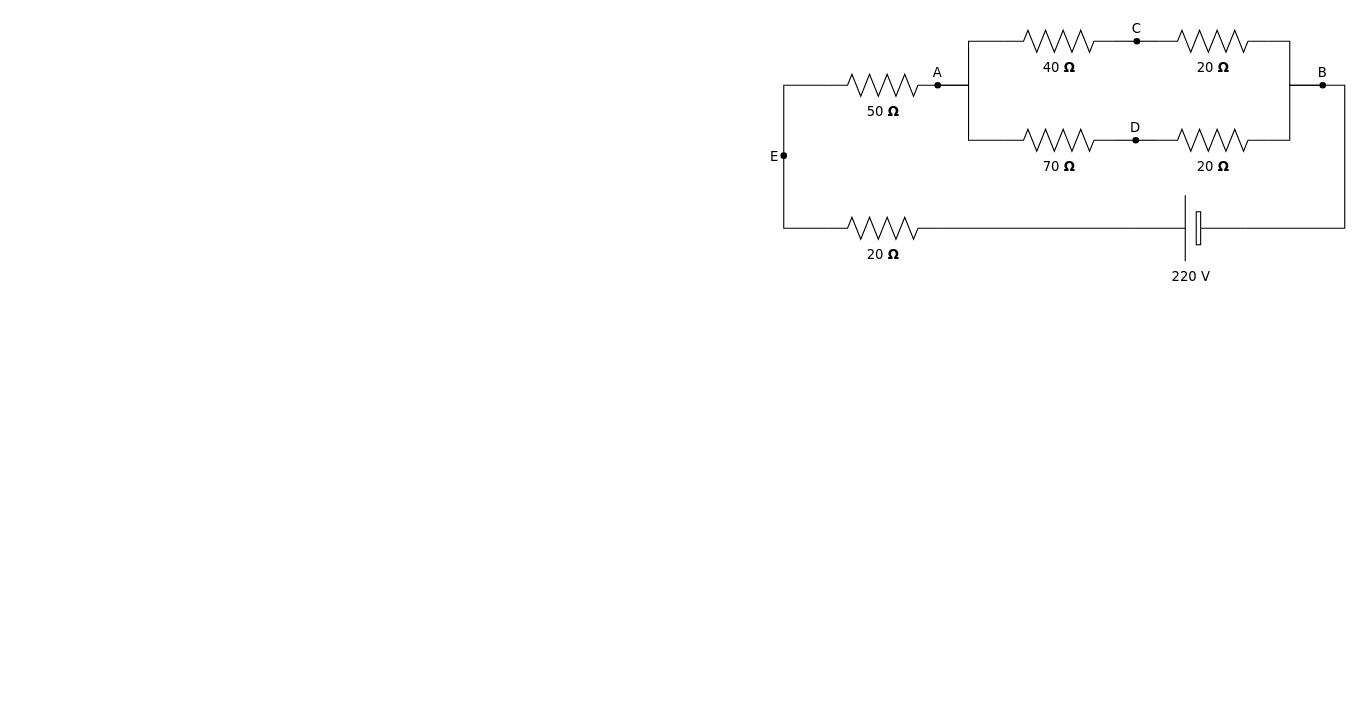
Earlier version of the draw.io diagram Diagrams/ESP32-Solenoid-Valve.drawio (GabeWilmoth/home-automation). Source tidied: cells renumbered, new cells numbered last; positions are measured from the earlier drawing's top-left corner, leaving out a move shared by most shapes. Both pictures are drawn from the tidied source at 110%, with x=0, y=0 at pixel (761, 19).
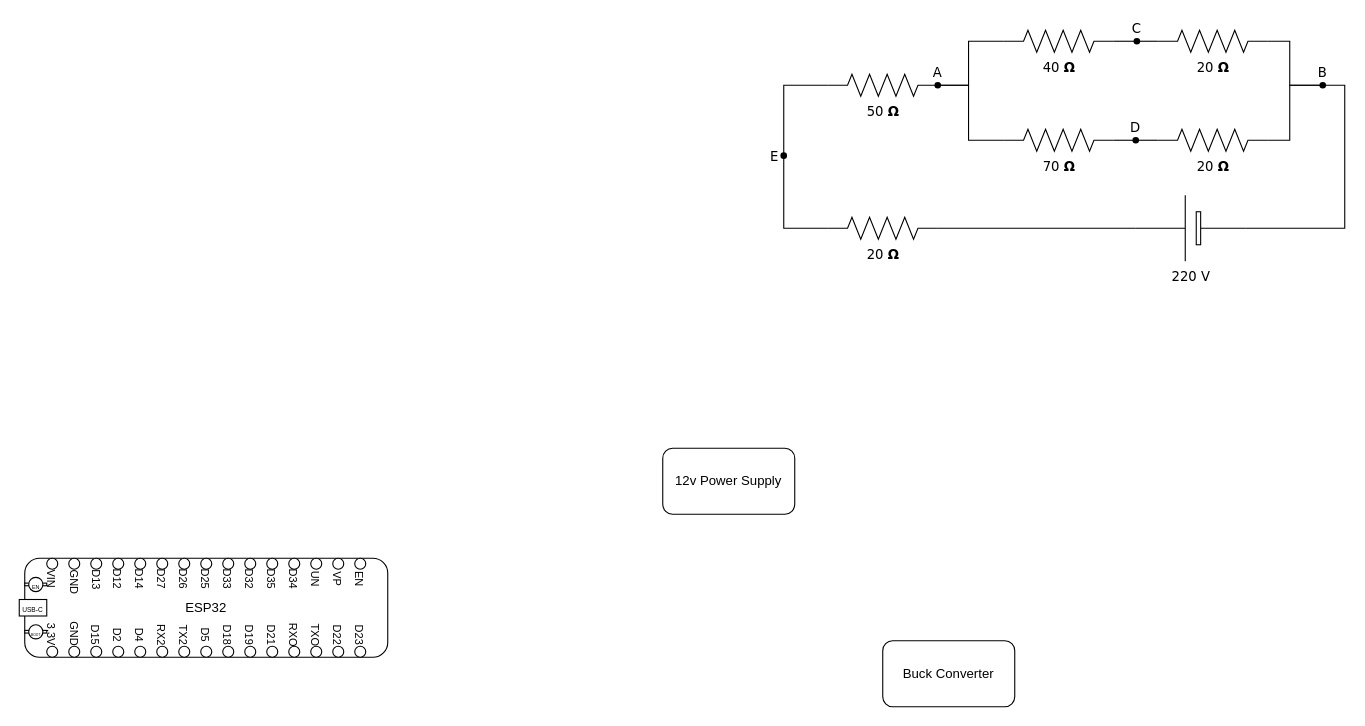
Above is the later version.

Diff of the diagram source:
```diff
@@
+    <mxCell id="26" value="12v Power Supply" style="rounded=1;whiteSpace=wrap;html=1;" parent="1" vertex="1">
+      <mxGeometry x="-90" y="390" width="120" height="60" as="geometry" />
+    </mxCell>
+    <mxCell id="27" value="Buck Converter" style="rounded=1;whiteSpace=wrap;html=1;" parent="1" vertex="1">
+      <mxGeometry x="110" y="565" width="120" height="60" as="geometry" />
+    </mxCell>
+    <mxCell id="28" value="ESP32" style="rounded=1;whiteSpace=wrap;html=1;" parent="1" vertex="1">
+      <mxGeometry x="-670" y="490" width="330" height="90" as="geometry" />
+    </mxCell>
+    <mxCell id="29" style="ellipse;whiteSpace=wrap;html=1;" parent="1" vertex="1">
+      <mxGeometry x="-650" y="490" width="10" height="10" as="geometry" />
+    </mxCell>
+    <mxCell id="30" style="ellipse;whiteSpace=wrap;html=1;" parent="1" vertex="1">
+      <mxGeometry x="-630" y="490" width="10" height="10" as="geometry" />
+    </mxCell>
+    <mxCell id="31" style="ellipse;whiteSpace=wrap;html=1;" parent="1" vertex="1">
+      <mxGeometry x="-550" y="490" width="10" height="10" as="geometry" />
+    </mxCell>
+    <mxCell id="32" style="ellipse;whiteSpace=wrap;html=1;" parent="1" vertex="1">
+      <mxGeometry x="-590" y="490" width="10" height="10" as="geometry" />
+    </mxCell>
+    <mxCell id="33" style="ellipse;whiteSpace=wrap;html=1;" parent="1" vertex="1">
+      <mxGeometry x="-530" y="490" width="10" height="10" as="geometry" />
+    </mxCell>
+    <mxCell id="34" style="ellipse;whiteSpace=wrap;html=1;" parent="1" vertex="1">
+      <mxGeometry x="-470" y="490" width="10" height="10" as="geometry" />
+    </mxCell>
+    <mxCell id="35" style="ellipse;whiteSpace=wrap;html=1;" parent="1" vertex="1">
+      <mxGeometry x="-370" y="490" width="10" height="10" as="geometry" />
+    </mxCell>
+    <mxCell id="36" style="ellipse;whiteSpace=wrap;html=1;" parent="1" vertex="1">
+      <mxGeometry x="-390" y="490" width="10" height="10" as="geometry" />
+    </mxCell>
+    <mxCell id="37" style="ellipse;whiteSpace=wrap;html=1;" parent="1" vertex="1">
+      <mxGeometry x="-430" y="490" width="10" height="10" as="geometry" />
+    </mxCell>
+    <mxCell id="38" style="ellipse;whiteSpace=wrap;html=1;" parent="1" vertex="1">
+      <mxGeometry x="-450" y="490" width="10" height="10" as="geometry" />
+    </mxCell>
+    <mxCell id="39" style="ellipse;whiteSpace=wrap;html=1;" parent="1" vertex="1">
+      <mxGeometry x="-410" y="490" width="10" height="10" as="geometry" />
+    </mxCell>
+    <mxCell id="40" style="ellipse;whiteSpace=wrap;html=1;" parent="1" vertex="1">
+      <mxGeometry x="-510" y="490" width="10" height="10" as="geometry" />
+    </mxCell>
+    <mxCell id="41" style="ellipse;whiteSpace=wrap;html=1;" parent="1" vertex="1">
+      <mxGeometry x="-610" y="490" width="10" height="10" as="geometry" />
+    </mxCell>
+    <mxCell id="42" style="ellipse;whiteSpace=wrap;html=1;" parent="1" vertex="1">
+      <mxGeometry x="-490" y="490" width="10" height="10" as="geometry" />
+    </mxCell>
+    <mxCell id="43" style="ellipse;whiteSpace=wrap;html=1;" parent="1" vertex="1">
+      <mxGeometry x="-570" y="490" width="10" height="10" as="geometry" />
+    </mxCell>
+    <mxCell id="44" style="ellipse;whiteSpace=wrap;html=1;" parent="1" vertex="1">
+      <mxGeometry x="-650" y="570" width="10" height="10" as="geometry" />
+    </mxCell>
+    <mxCell id="45" style="ellipse;whiteSpace=wrap;html=1;" parent="1" vertex="1">
+      <mxGeometry x="-630" y="570" width="10" height="10" as="geometry" />
+    </mxCell>
+    <mxCell id="46" style="ellipse;whiteSpace=wrap;html=1;" parent="1" vertex="1">
+      <mxGeometry x="-550" y="570" width="10" height="10" as="geometry" />
+    </mxCell>
+    <mxCell id="47" style="ellipse;whiteSpace=wrap;html=1;" parent="1" vertex="1">
+      <mxGeometry x="-590" y="570" width="10" height="10" as="geometry" />
+    </mxCell>
+    <mxCell id="48" style="ellipse;whiteSpace=wrap;html=1;" parent="1" vertex="1">
+      <mxGeometry x="-530" y="570" width="10" height="10" as="geometry" />
+    </mxCell>
+    <mxCell id="49" style="ellipse;whiteSpace=wrap;html=1;" parent="1" vertex="1">
+      <mxGeometry x="-470" y="570" width="10" height="10" as="geometry" />
+    </mxCell>
+    <mxCell id="50" style="ellipse;whiteSpace=wrap;html=1;" parent="1" vertex="1">
+      <mxGeometry x="-370" y="570" width="10" height="10" as="geometry" />
+    </mxCell>
+    <mxCell id="51" style="ellipse;whiteSpace=wrap;html=1;" parent="1" vertex="1">
+      <mxGeometry x="-390" y="570" width="10" height="10" as="geometry" />
+    </mxCell>
+    <mxCell id="52" style="ellipse;whiteSpace=wrap;html=1;" parent="1" vertex="1">
+      <mxGeometry x="-430" y="570" width="10" height="10" as="geometry" />
+    </mxCell>
+    <mxCell id="53" style="ellipse;whiteSpace=wrap;html=1;" parent="1" vertex="1">
+      <mxGeometry x="-450" y="570" width="10" height="10" as="geometry" />
+    </mxCell>
+    <mxCell id="54" style="ellipse;whiteSpace=wrap;html=1;" parent="1" vertex="1">
+      <mxGeometry x="-410" y="570" width="10" height="10" as="geometry" />
+    </mxCell>
+    <mxCell id="55" style="ellipse;whiteSpace=wrap;html=1;" parent="1" vertex="1">
+      <mxGeometry x="-510" y="570" width="10" height="10" as="geometry" />
+    </mxCell>
+    <mxCell id="56" style="ellipse;whiteSpace=wrap;html=1;" parent="1" vertex="1">
+      <mxGeometry x="-610" y="570" width="10" height="10" as="geometry" />
+    </mxCell>
+    <mxCell id="57" style="ellipse;whiteSpace=wrap;html=1;" parent="1" vertex="1">
+      <mxGeometry x="-490" y="570" width="10" height="10" as="geometry" />
+    </mxCell>
+    <mxCell id="58" style="ellipse;whiteSpace=wrap;html=1;" parent="1" vertex="1">
+      <mxGeometry x="-570" y="570" width="10" height="10" as="geometry" />
+    </mxCell>
+    <mxCell id="59" value="&lt;font style=&quot;font-size: 10px;&quot;&gt;VIN&lt;/font&gt;" style="text;html=1;align=center;verticalAlign=middle;whiteSpace=wrap;rounded=0;rotation=90;" parent="1" vertex="1">
+      <mxGeometry x="-653.1" y="504" width="16.2" height="10" as="geometry" />
+    </mxCell>
+    <mxCell id="60" value="&lt;font style=&quot;font-size: 10px;&quot;&gt;GND&lt;/font&gt;" style="text;html=1;align=center;verticalAlign=middle;whiteSpace=wrap;rounded=0;rotation=90;" parent="1" vertex="1">
+      <mxGeometry x="-636.6" y="507.4" width="23.1" height="10" as="geometry" />
+    </mxCell>
+    <mxCell id="61" value="&lt;font style=&quot;font-size: 10px;&quot;&gt;D13&lt;/font&gt;" style="text;html=1;align=center;verticalAlign=middle;whiteSpace=wrap;rounded=0;rotation=90;" parent="1" vertex="1">
+      <mxGeometry x="-613.3" y="504.2" width="16.6" height="10" as="geometry" />
+    </mxCell>
+    <mxCell id="62" value="&lt;font style=&quot;font-size: 10px;&quot;&gt;D12&lt;/font&gt;" style="text;html=1;align=center;verticalAlign=middle;whiteSpace=wrap;rounded=0;rotation=90;" parent="1" vertex="1">
+      <mxGeometry x="-593.1" y="504" width="16.2" height="10" as="geometry" />
+    </mxCell>
+    <mxCell id="63" value="&lt;font style=&quot;font-size: 10px;&quot;&gt;D14&lt;/font&gt;" style="text;html=1;align=center;verticalAlign=middle;whiteSpace=wrap;rounded=0;rotation=90;" parent="1" vertex="1">
+      <mxGeometry x="-573.1" y="504" width="16.2" height="10" as="geometry" />
+    </mxCell>
+    <mxCell id="64" value="&lt;font style=&quot;font-size: 10px;&quot;&gt;D27&lt;/font&gt;" style="text;html=1;align=center;verticalAlign=middle;whiteSpace=wrap;rounded=0;rotation=90;" parent="1" vertex="1">
+      <mxGeometry x="-553.1" y="504" width="16.2" height="10" as="geometry" />
+    </mxCell>
+    <mxCell id="65" value="&lt;font style=&quot;font-size: 10px;&quot;&gt;D26&lt;/font&gt;" style="text;html=1;align=center;verticalAlign=middle;whiteSpace=wrap;rounded=0;rotation=90;" parent="1" vertex="1">
+      <mxGeometry x="-533.1" y="504" width="16.2" height="10" as="geometry" />
+    </mxCell>
+    <mxCell id="66" value="&lt;font style=&quot;font-size: 10px;&quot;&gt;D25&lt;/font&gt;" style="text;html=1;align=center;verticalAlign=middle;whiteSpace=wrap;rounded=0;rotation=90;" parent="1" vertex="1">
+      <mxGeometry x="-513.1" y="504" width="16.2" height="10" as="geometry" />
+    </mxCell>
+    <mxCell id="67" value="&lt;font style=&quot;font-size: 10px;&quot;&gt;D33&lt;/font&gt;" style="text;html=1;align=center;verticalAlign=middle;whiteSpace=wrap;rounded=0;rotation=90;" parent="1" vertex="1">
+      <mxGeometry x="-493.1" y="504" width="16.2" height="10" as="geometry" />
+    </mxCell>
+    <mxCell id="68" value="&lt;font style=&quot;font-size: 10px;&quot;&gt;D32&lt;/font&gt;" style="text;html=1;align=center;verticalAlign=middle;whiteSpace=wrap;rounded=0;rotation=90;" parent="1" vertex="1">
+      <mxGeometry x="-473.1" y="504" width="16.2" height="10" as="geometry" />
+    </mxCell>
+    <mxCell id="69" value="&lt;font style=&quot;font-size: 10px;&quot;&gt;D35&lt;/font&gt;" style="text;html=1;align=center;verticalAlign=middle;whiteSpace=wrap;rounded=0;rotation=90;" parent="1" vertex="1">
+      <mxGeometry x="-453.1" y="504" width="16.2" height="10" as="geometry" />
+    </mxCell>
+    <mxCell id="70" value="&lt;font style=&quot;font-size: 10px;&quot;&gt;D34&lt;/font&gt;" style="text;html=1;align=center;verticalAlign=middle;whiteSpace=wrap;rounded=0;rotation=90;" parent="1" vertex="1">
+      <mxGeometry x="-433.1" y="504" width="16.2" height="10" as="geometry" />
+    </mxCell>
+    <mxCell id="71" value="&lt;font style=&quot;font-size: 10px;&quot;&gt;UN&lt;/font&gt;" style="text;html=1;align=center;verticalAlign=middle;whiteSpace=wrap;rounded=0;rotation=90;" parent="1" vertex="1">
+      <mxGeometry x="-413.1" y="504" width="16.2" height="10" as="geometry" />
+    </mxCell>
+    <mxCell id="72" value="&lt;font style=&quot;font-size: 10px;&quot;&gt;VP&lt;/font&gt;" style="text;html=1;align=center;verticalAlign=middle;whiteSpace=wrap;rounded=0;rotation=90;" parent="1" vertex="1">
+      <mxGeometry x="-393.1" y="504" width="16.2" height="10" as="geometry" />
+    </mxCell>
+    <mxCell id="73" value="&lt;font style=&quot;font-size: 10px;&quot;&gt;EN&lt;/font&gt;" style="text;html=1;align=center;verticalAlign=middle;whiteSpace=wrap;rounded=0;rotation=90;" parent="1" vertex="1">
+      <mxGeometry x="-373.1" y="504" width="16.2" height="10" as="geometry" />
+    </mxCell>
+    <mxCell id="74" value="&lt;font style=&quot;font-size: 10px;&quot;&gt;3.3V&lt;/font&gt;" style="text;html=1;align=center;verticalAlign=middle;whiteSpace=wrap;rounded=0;rotation=90;" parent="1" vertex="1">
+      <mxGeometry x="-656.6" y="555" width="23.3" height="10" as="geometry" />
+    </mxCell>
+    <mxCell id="75" value="&lt;font style=&quot;font-size: 10px;&quot;&gt;GND&lt;/font&gt;" style="text;html=1;align=center;verticalAlign=middle;whiteSpace=wrap;rounded=0;rotation=90;" parent="1" vertex="1">
+      <mxGeometry x="-638.3" y="553.3" width="26.6" height="10" as="geometry" />
+    </mxCell>
+    <mxCell id="76" value="&lt;font style=&quot;font-size: 10px;&quot;&gt;D15&lt;/font&gt;" style="text;html=1;align=center;verticalAlign=middle;whiteSpace=wrap;rounded=0;rotation=90;" parent="1" vertex="1">
+      <mxGeometry x="-613" y="555" width="16.2" height="10" as="geometry" />
+    </mxCell>
+    <mxCell id="77" value="&lt;font style=&quot;font-size: 10px;&quot;&gt;D2&lt;/font&gt;" style="text;html=1;align=center;verticalAlign=middle;whiteSpace=wrap;rounded=0;rotation=90;" parent="1" vertex="1">
+      <mxGeometry x="-593.1" y="555" width="16.2" height="10" as="geometry" />
+    </mxCell>
+    <mxCell id="78" value="&lt;font style=&quot;font-size: 10px;&quot;&gt;D4&lt;/font&gt;" style="text;html=1;align=center;verticalAlign=middle;whiteSpace=wrap;rounded=0;rotation=90;" parent="1" vertex="1">
+      <mxGeometry x="-573.1" y="555" width="16.2" height="10" as="geometry" />
+    </mxCell>
+    <mxCell id="79" value="&lt;span style=&quot;font-size: 10px;&quot;&gt;RX2&lt;/span&gt;" style="text;html=1;align=center;verticalAlign=middle;whiteSpace=wrap;rounded=0;rotation=90;" parent="1" vertex="1">
+      <mxGeometry x="-553.1" y="555" width="16.2" height="10" as="geometry" />
+    </mxCell>
+    <mxCell id="80" value="&lt;font style=&quot;font-size: 10px;&quot;&gt;TX2&lt;/font&gt;" style="text;html=1;align=center;verticalAlign=middle;whiteSpace=wrap;rounded=0;rotation=90;" parent="1" vertex="1">
+      <mxGeometry x="-533.1" y="555" width="16.2" height="10" as="geometry" />
+    </mxCell>
+    <mxCell id="81" value="&lt;font style=&quot;font-size: 10px;&quot;&gt;D5&lt;/font&gt;" style="text;html=1;align=center;verticalAlign=middle;whiteSpace=wrap;rounded=0;rotation=90;" parent="1" vertex="1">
+      <mxGeometry x="-513" y="555" width="16.2" height="10" as="geometry" />
+    </mxCell>
+    <mxCell id="82" value="&lt;font style=&quot;font-size: 10px;&quot;&gt;D18&lt;/font&gt;" style="text;html=1;align=center;verticalAlign=middle;whiteSpace=wrap;rounded=0;rotation=90;" parent="1" vertex="1">
+      <mxGeometry x="-493.1" y="555" width="16.2" height="10" as="geometry" />
+    </mxCell>
+    <mxCell id="83" value="&lt;font style=&quot;font-size: 10px;&quot;&gt;D19&lt;/font&gt;" style="text;html=1;align=center;verticalAlign=middle;whiteSpace=wrap;rounded=0;rotation=90;" parent="1" vertex="1">
+      <mxGeometry x="-473.1" y="555" width="16.2" height="10" as="geometry" />
+    </mxCell>
+    <mxCell id="84" value="&lt;font style=&quot;font-size: 10px;&quot;&gt;D21&lt;/font&gt;" style="text;html=1;align=center;verticalAlign=middle;whiteSpace=wrap;rounded=0;rotation=90;" parent="1" vertex="1">
+      <mxGeometry x="-453.1" y="555" width="16.2" height="10" as="geometry" />
+    </mxCell>
+    <mxCell id="85" value="&lt;font style=&quot;font-size: 10px;&quot;&gt;RXO&lt;/font&gt;" style="text;html=1;align=center;verticalAlign=middle;whiteSpace=wrap;rounded=0;rotation=90;" parent="1" vertex="1">
+      <mxGeometry x="-433.1" y="555" width="16.2" height="10" as="geometry" />
+    </mxCell>
+    <mxCell id="86" value="&lt;font style=&quot;font-size: 10px;&quot;&gt;TXO&lt;/font&gt;" style="text;html=1;align=center;verticalAlign=middle;whiteSpace=wrap;rounded=0;rotation=90;" parent="1" vertex="1">
+      <mxGeometry x="-413.1" y="555" width="16.2" height="10" as="geometry" />
+    </mxCell>
+    <mxCell id="87" value="&lt;font style=&quot;font-size: 10px;&quot;&gt;D22&lt;/font&gt;" style="text;html=1;align=center;verticalAlign=middle;whiteSpace=wrap;rounded=0;rotation=90;" parent="1" vertex="1">
+      <mxGeometry x="-393.1" y="555" width="16.2" height="10" as="geometry" />
+    </mxCell>
+    <mxCell id="88" value="&lt;font style=&quot;font-size: 10px;&quot;&gt;D23&lt;/font&gt;" style="text;html=1;align=center;verticalAlign=middle;whiteSpace=wrap;rounded=0;rotation=90;" parent="1" vertex="1">
+      <mxGeometry x="-373.1" y="555" width="16.2" height="10" as="geometry" />
+    </mxCell>
+    <mxCell id="89" style="group;" parent="1" vertex="1">
+      <mxGeometry x="-670" y="507.4" width="20" height="12.9" as="geometry" />
+    </mxCell>
+    <mxCell id="90" style="rounded=0;whiteSpace=wrap;html=1;" parent="89" vertex="1">
+      <mxGeometry y="5.2" width="20" height="2.4" as="geometry" />
+    </mxCell>
+    <mxCell id="91" value="&lt;font style=&quot;font-size: 5px;&quot;&gt;EN&lt;/font&gt;" style="ellipse;whiteSpace=wrap;html=1;" parent="89" vertex="1">
+      <mxGeometry x="3.6" width="12.9" height="12.9" as="geometry" />
+    </mxCell>
+    <mxCell id="92" style="group;" parent="1" vertex="1">
+      <mxGeometry x="-670" y="550.4" width="20" height="12.9" as="geometry" />
+    </mxCell>
+    <mxCell id="93" style="rounded=0;whiteSpace=wrap;html=1;" parent="92" vertex="1">
+      <mxGeometry y="5.2" width="20" height="2.4" as="geometry" />
+    </mxCell>
+    <mxCell id="94" value="&lt;font style=&quot;font-size: 3px;&quot;&gt;BOOT&lt;/font&gt;" style="ellipse;whiteSpace=wrap;html=1;" parent="92" vertex="1">
+      <mxGeometry x="3.6" width="12.9" height="12.9" as="geometry" />
+    </mxCell>
+    <mxCell id="95" value="&lt;font style=&quot;font-size: 6px; line-height: 100%;&quot;&gt;USB-C&lt;/font&gt;" style="rounded=0;whiteSpace=wrap;html=1;" parent="1" vertex="1">
+      <mxGeometry x="-675" y="527.5" width="25" height="15" as="geometry" />
+    </mxCell>
```
